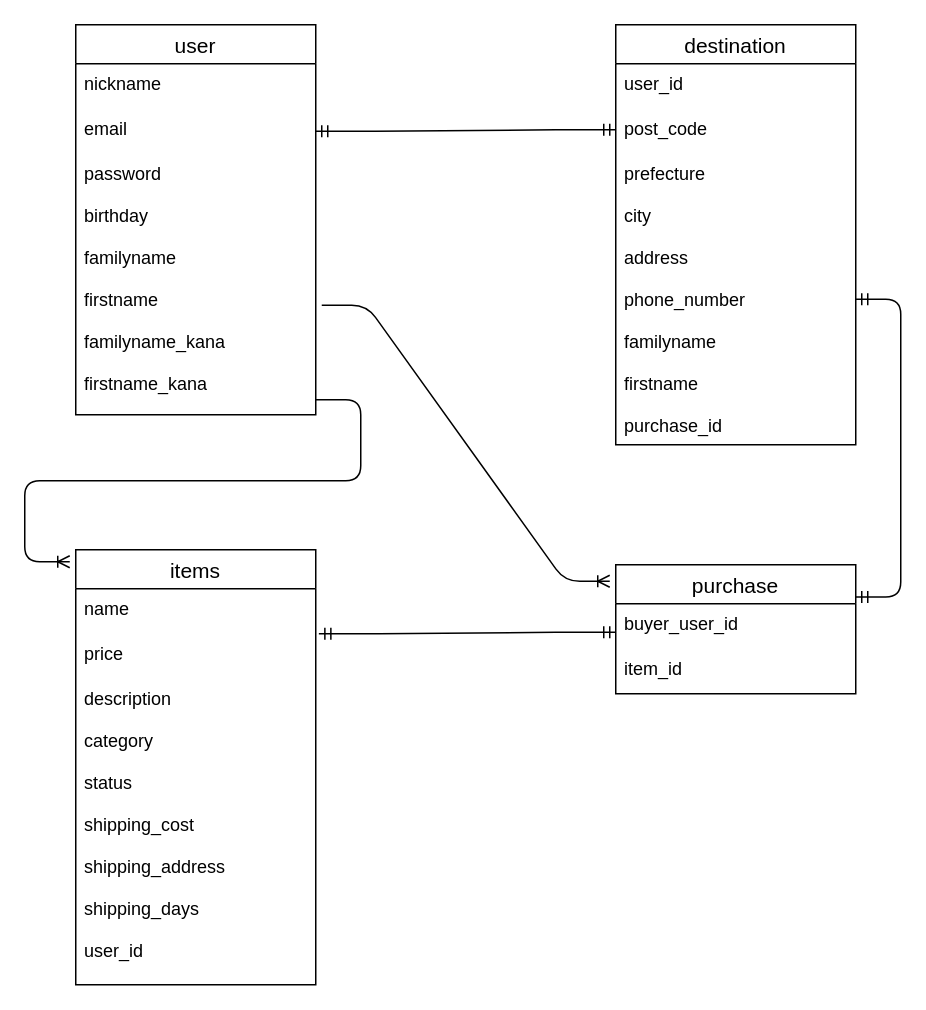
mitsugu-kawaguchi/furima-32473 keeps this draw.io diagram as test.dio. Above is the earlier version. Source tidied: cells renumbered, new cells numbered last; positions are measured from the earlier drawing's top-left corner, leaving out a move shared by most shapes. Both pictures are drawn from the tidied source at 150%, with x=0, y=0 at pixel (69, 24).
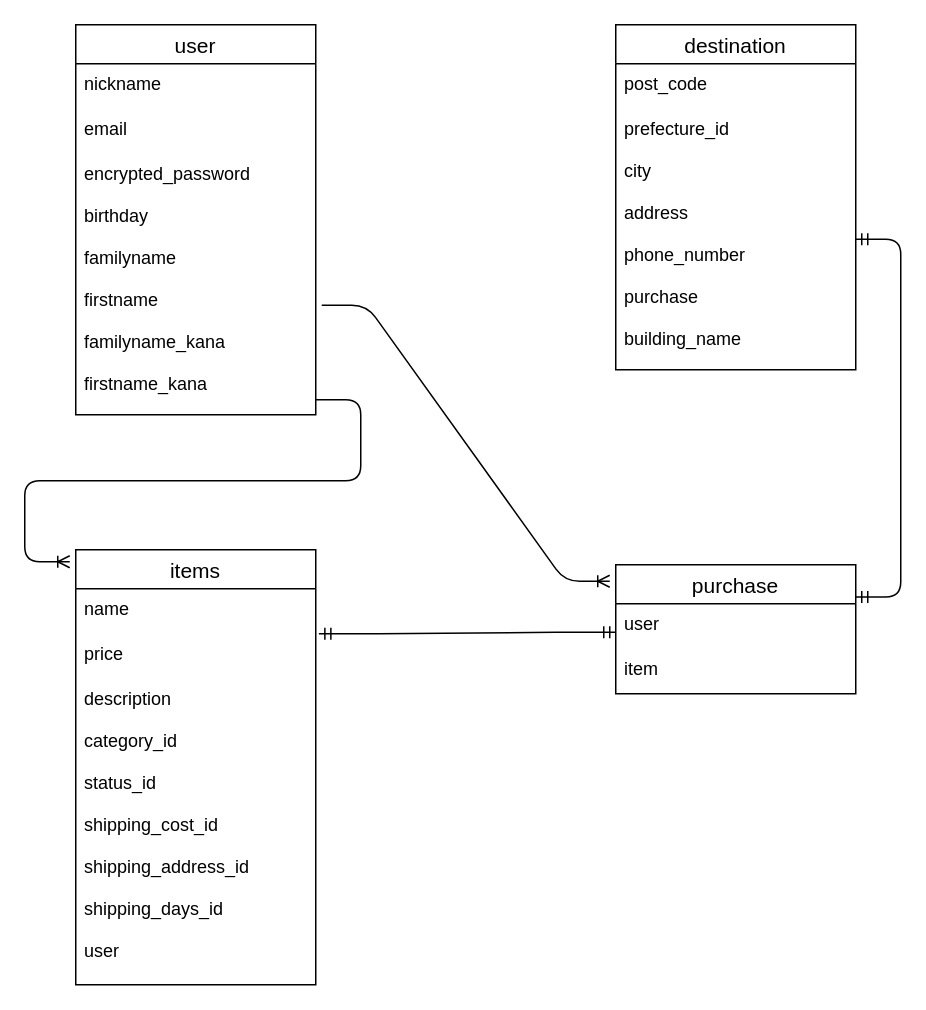
Above is the later version.

Commit message (it also covers changes not shown here):
ER図、README修正＃6

The change refers to these unchanged cells:
```xml
<mxCell id="2" value="user" style="swimlane;fontStyle=0;horizontal=1;startSize=26;align=center;fontSize=14;" parent="1" vertex="1">
  <mxGeometry x="4" width="160" height="260" as="geometry" />
</mxCell>
<mxCell id="4" value="email" style="text;strokeColor=none;fillColor=none;spacingLeft=4;spacingRight=4;overflow=hidden;points=[[0,0.5],[1,0.5]];portConstraint=eastwest;fontSize=12;" parent="2" vertex="1">
  <mxGeometry y="56" width="160" height="30" as="geometry" />
</mxCell>
<mxCell id="10" value="items" style="swimlane;fontStyle=0;horizontal=1;startSize=26;align=center;fontSize=14;" parent="1" vertex="1">
  <mxGeometry x="4" y="350" width="160" height="290" as="geometry" />
</mxCell>
<mxCell id="16" value="purchase" style="swimlane;fontStyle=0;horizontal=1;startSize=26;align=center;fontSize=14;" parent="1" vertex="1">
  <mxGeometry x="364" y="360" width="160" height="86" as="geometry" />
</mxCell>
```

What changed in the source:
```diff
@@
-    <mxCell id="5" value="password&#10;&#10;birthday&#10;&#10;familyname&#10;&#10;firstname&#10;&#10;familyname_kana&#10;&#10;firstname_kana" style="text;strokeColor=none;fillColor=none;spacingLeft=4;spacingRight=4;overflow=hidden;points=[[0,0.5],[1,0.5]];portConstraint=eastwest;fontSize=12;" parent="2" vertex="1">
+    <mxCell id="5" value="encrypted_password&#10;&#10;birthday&#10;&#10;familyname&#10;&#10;firstname&#10;&#10;familyname_kana&#10;&#10;firstname_kana" style="text;strokeColor=none;fillColor=none;spacingLeft=4;spacingRight=4;overflow=hidden;points=[[0,0.5],[1,0.5]];portConstraint=eastwest;fontSize=12;" parent="2" vertex="1">
       <mxGeometry y="86" width="160" height="174" as="geometry" />
     </mxCell>
     <mxCell id="6" value="destination" style="swimlane;fontStyle=0;horizontal=1;startSize=26;align=center;fontSize=14;" parent="1" vertex="1">
-      <mxGeometry x="364" width="160" height="280" as="geometry" />
+      <mxGeometry x="364" width="160" height="230" as="geometry" />
     </mxCell>
-    <mxCell id="7" value="user_id" style="text;strokeColor=none;fillColor=none;spacingLeft=4;spacingRight=4;overflow=hidden;fontSize=12;" parent="6" vertex="1">
-      <mxGeometry y="26" width="160" height="30" as="geometry" />
-    </mxCell>
     <mxCell id="8" value="post_code" style="text;strokeColor=none;fillColor=none;spacingLeft=4;spacingRight=4;overflow=hidden;fontSize=12;" parent="6" vertex="1">
-      <mxGeometry y="56" width="160" height="30" as="geometry" />
+      <mxGeometry y="26" width="160" height="30" as="geometry" />
     </mxCell>
-    <mxCell id="9" value="prefecture&#10;&#10;city&#10;&#10;address&#10;&#10;phone_number&#10;&#10;familyname&#10;&#10;firstname&#10;&#10;purchase_id" style="text;strokeColor=none;fillColor=none;spacingLeft=4;spacingRight=4;overflow=hidden;points=[[0,0.5],[1,0.5]];portConstraint=eastwest;fontSize=12;" parent="6" vertex="1">
-      <mxGeometry y="86" width="160" height="194" as="geometry" />
+    <mxCell id="9" value="prefecture_id&#10;&#10;city&#10;&#10;address&#10;&#10;phone_number&#10;&#10;purchase&#10;&#10;building_name" style="text;strokeColor=none;fillColor=none;spacingLeft=4;spacingRight=4;overflow=hidden;points=[[0,0.5],[1,0.5]];portConstraint=eastwest;fontSize=12;" parent="6" vertex="1">
+      <mxGeometry y="56" width="160" height="174" as="geometry" />
     </mxCell>
@@
-    <mxCell id="13" value="description&#10;&#10;category&#10;&#10;status&#10;&#10;shipping_cost&#10;&#10;shipping_address&#10;&#10;shipping_days&#10;&#10;user_id" style="text;strokeColor=none;fillColor=none;spacingLeft=4;spacingRight=4;overflow=hidden;fontSize=12;" parent="10" vertex="1">
+    <mxCell id="13" value="description&#10;&#10;category_id&#10;&#10;status_id&#10;&#10;shipping_cost_id&#10;&#10;shipping_address_id&#10;&#10;shipping_days_id&#10;&#10;user" style="text;strokeColor=none;fillColor=none;spacingLeft=4;spacingRight=4;overflow=hidden;fontSize=12;" parent="10" vertex="1">
       <mxGeometry y="86" width="160" height="204" as="geometry" />
     </mxCell>
-    <mxCell id="14" style="edgeStyle=entityRelationEdgeStyle;fontSize=12;html=1;endArrow=ERmandOne;startArrow=ERmandOne;exitX=1;exitY=0.5;exitDx=0;exitDy=0;" parent="1" edge="1" source="4">
-      <mxGeometry relative="1" as="geometry">
-        <mxPoint x="364" y="70" as="targetPoint" />
-      </mxGeometry>
-    </mxCell>
@@
-    <mxCell id="17" value="buyer_user_id" style="text;strokeColor=none;fillColor=none;spacingLeft=4;spacingRight=4;overflow=hidden;fontSize=12;" parent="16" vertex="1">
+    <mxCell id="17" value="user" style="text;strokeColor=none;fillColor=none;spacingLeft=4;spacingRight=4;overflow=hidden;fontSize=12;" parent="16" vertex="1">
       <mxGeometry y="26" width="160" height="30" as="geometry" />
     </mxCell>
-    <mxCell id="18" value="item_id" style="text;strokeColor=none;fillColor=none;spacingLeft=4;spacingRight=4;overflow=hidden;fontSize=12;" parent="16" vertex="1">
+    <mxCell id="18" value="item" style="text;strokeColor=none;fillColor=none;spacingLeft=4;spacingRight=4;overflow=hidden;fontSize=12;" parent="16" vertex="1">
       <mxGeometry y="56" width="160" height="30" as="geometry" />
     </mxCell>
```
